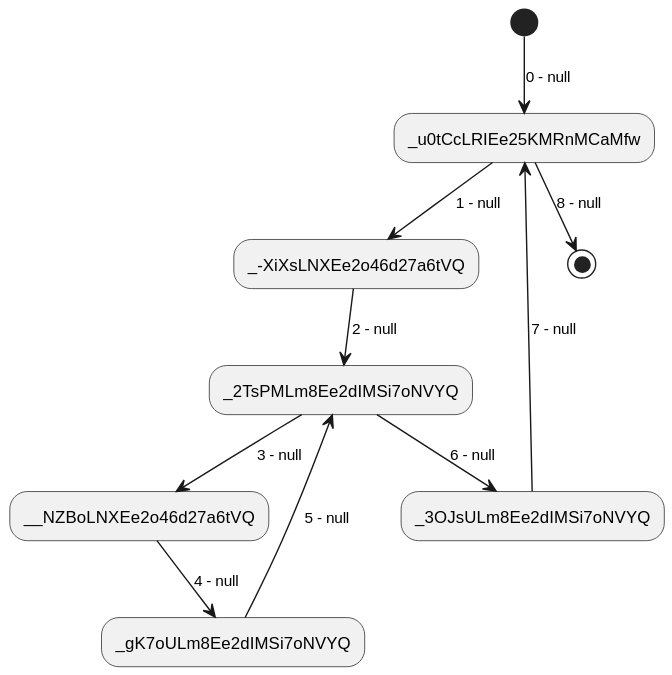
Earlier version of the PlantUML export output/action-sequence_1.svg (abunai-dev/DiagramGenerator).
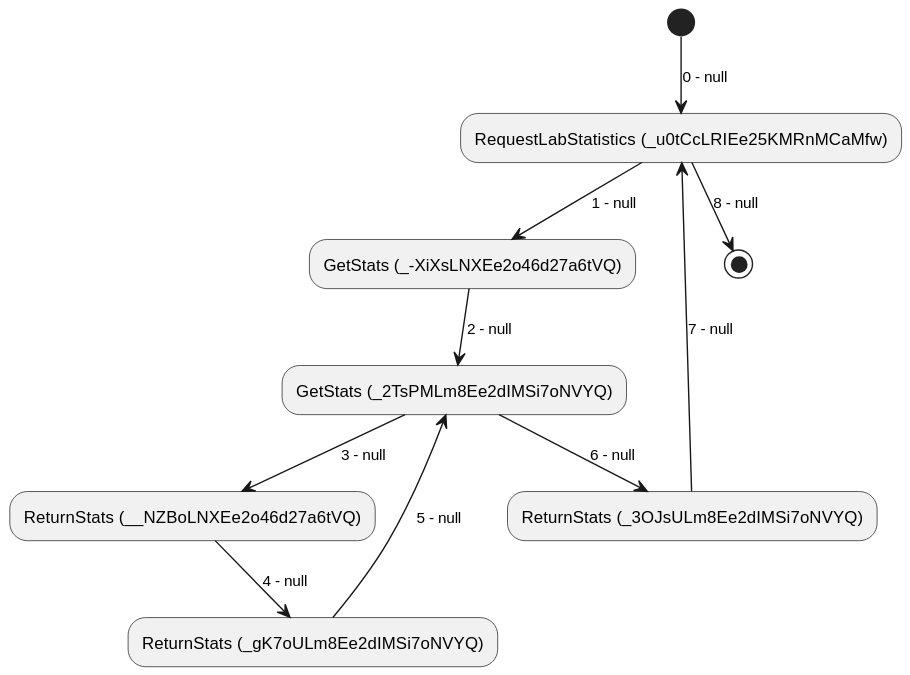
The same file after the commit.

What changed in the source:
```diff
@@ -1,11 +1,11 @@
 @startuml
-(*) --> [0 - null] "_u0tCcLRIEe25KMRnMCaMfw"
-"_u0tCcLRIEe25KMRnMCaMfw" --> [1 - null] "_-XiXsLNXEe2o46d27a6tVQ"
-"_-XiXsLNXEe2o46d27a6tVQ" --> [2 - null] "_2TsPMLm8Ee2dIMSi7oNVYQ"
-"_2TsPMLm8Ee2dIMSi7oNVYQ" --> [3 - null] "__NZBoLNXEe2o46d27a6tVQ"
-"__NZBoLNXEe2o46d27a6tVQ" --> [4 - null] "_gK7oULm8Ee2dIMSi7oNVYQ"
-"_gK7oULm8Ee2dIMSi7oNVYQ" --> [5 - null] "_2TsPMLm8Ee2dIMSi7oNVYQ"
-"_2TsPMLm8Ee2dIMSi7oNVYQ" --> [6 - null] "_3OJsULm8Ee2dIMSi7oNVYQ"
-"_3OJsULm8Ee2dIMSi7oNVYQ" --> [7 - null] "_u0tCcLRIEe25KMRnMCaMfw"
-"_u0tCcLRIEe25KMRnMCaMfw" --> [8 - null] (*)
+(*) --> [0 - null] "RequestLabStatistics (_u0tCcLRIEe25KMRnMCaMfw)"
+"RequestLabStatistics (_u0tCcLRIEe25KMRnMCaMfw)" --> [1 - null] "GetStats (_-XiXsLNXEe2o46d27a6tVQ)"
+"GetStats (_-XiXsLNXEe2o46d27a6tVQ)" --> [2 - null] "GetStats (_2TsPMLm8Ee2dIMSi7oNVYQ)"
+"GetStats (_2TsPMLm8Ee2dIMSi7oNVYQ)" --> [3 - null] "ReturnStats (__NZBoLNXEe2o46d27a6tVQ)"
+"ReturnStats (__NZBoLNXEe2o46d27a6tVQ)" --> [4 - null] "ReturnStats (_gK7oULm8Ee2dIMSi7oNVYQ)"
+"ReturnStats (_gK7oULm8Ee2dIMSi7oNVYQ)" --> [5 - null] "GetStats (_2TsPMLm8Ee2dIMSi7oNVYQ)"
+"GetStats (_2TsPMLm8Ee2dIMSi7oNVYQ)" --> [6 - null] "ReturnStats (_3OJsULm8Ee2dIMSi7oNVYQ)"
+"ReturnStats (_3OJsULm8Ee2dIMSi7oNVYQ)" --> [7 - null] "RequestLabStatistics (_u0tCcLRIEe25KMRnMCaMfw)"
+"RequestLabStatistics (_u0tCcLRIEe25KMRnMCaMfw)" --> [8 - null] (*)
 @enduml
```
